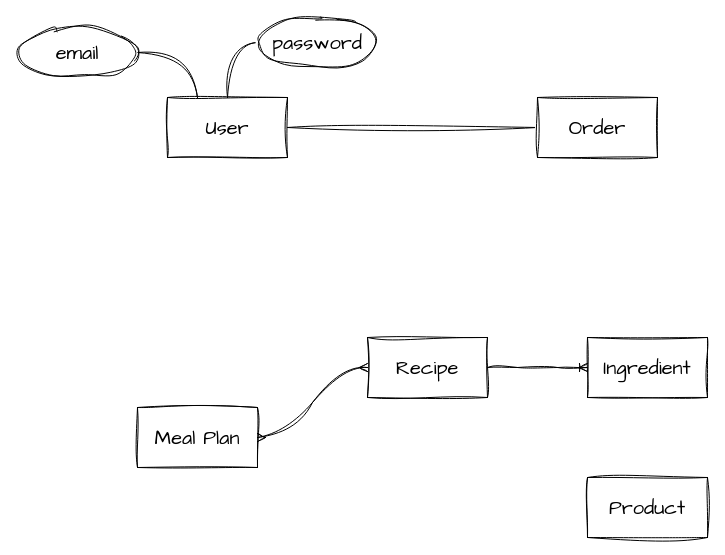
Earlier version of the draw.io diagram docs/entity-relations.drawio (abenteuerzeit/reviva-la-carte). Source tidied: cells renumbered, new cells numbered last; positions are measured from the earlier drawing's top-left corner, leaving out a move shared by most shapes. Both pictures are drawn from the tidied source at 100%, with x=0, y=0 at pixel (17, 17).
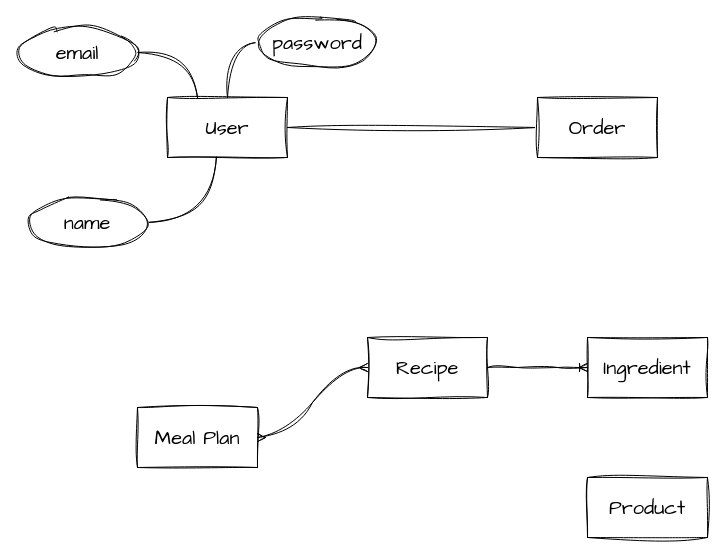
The same diagram, later.

The edit, as a diff of the source:
```diff
@@
 <mxGraphModel>
   <root>
     <mxCell id="0" />
     <mxCell id="1" parent="0" />
     <mxCell id="2" style="edgeStyle=orthogonalEdgeStyle;hachureGap=4;jettySize=auto;html=1;exitX=0.25;exitY=0;exitDx=0;exitDy=0;entryX=1;entryY=0.5;entryDx=0;entryDy=0;fontFamily=Architects Daughter;fontSize=16;endArrow=none;endFill=0;sketch=1;curveFitting=1;jiggle=2;shadow=0;curved=1;" parent="1" edge="1" source="5" target="11">
       <mxGeometry relative="1" as="geometry" />
     </mxCell>
     <mxCell id="3" style="edgeStyle=orthogonalEdgeStyle;curved=1;sketch=1;hachureGap=4;jiggle=2;curveFitting=1;jettySize=auto;html=1;exitX=0.5;exitY=0;exitDx=0;exitDy=0;entryX=0;entryY=0.5;entryDx=0;entryDy=0;shadow=0;fontFamily=Architects Daughter;fontSize=16;endArrow=none;endFill=0;" parent="1" edge="1" source="5" target="12">
       <mxGeometry relative="1" as="geometry" />
     </mxCell>
     <mxCell id="4" style="edgeStyle=orthogonalEdgeStyle;rounded=0;sketch=1;hachureGap=4;jiggle=2;curveFitting=1;jettySize=auto;html=1;exitX=1;exitY=0.5;exitDx=0;exitDy=0;entryX=0;entryY=0.5;entryDx=0;entryDy=0;shadow=0;fontFamily=Architects Daughter;fontSize=16;endArrow=none;endFill=0;" parent="1" edge="1" source="5" target="10">
       <mxGeometry relative="1" as="geometry" />
     </mxCell>
     <mxCell id="5" value="User" style="rounded=0;whiteSpace=wrap;html=1;sketch=1;hachureGap=4;jiggle=2;curveFitting=1;fontFamily=Architects Daughter;fontSize=20;" parent="1" vertex="1">
       <mxGeometry x="150" y="80" width="120" height="60" as="geometry" />
     </mxCell>
     <mxCell id="6" value="Recipe" style="rounded=0;whiteSpace=wrap;html=1;sketch=1;hachureGap=4;jiggle=2;curveFitting=1;fontFamily=Architects Daughter;fontSize=20;" parent="1" vertex="1">
       <mxGeometry x="350" y="320" width="120" height="60" as="geometry" />
     </mxCell>
     <mxCell id="7" value="Meal Plan" style="rounded=0;whiteSpace=wrap;html=1;sketch=1;hachureGap=4;jiggle=2;curveFitting=1;fontFamily=Architects Daughter;fontSize=20;" parent="1" vertex="1">
       <mxGeometry x="120" y="390" width="120" height="60" as="geometry" />
     </mxCell>
     <mxCell id="8" value="Ingredient" style="rounded=0;whiteSpace=wrap;html=1;sketch=1;hachureGap=4;jiggle=2;curveFitting=1;fontFamily=Architects Daughter;fontSize=20;" parent="1" vertex="1">
       <mxGeometry x="570" y="320" width="120" height="60" as="geometry" />
     </mxCell>
     <mxCell id="9" value="Product" style="rounded=0;whiteSpace=wrap;html=1;sketch=1;hachureGap=4;jiggle=2;curveFitting=1;fontFamily=Architects Daughter;fontSize=20;" parent="1" vertex="1">
       <mxGeometry x="570" y="460" width="120" height="60" as="geometry" />
     </mxCell>
     <mxCell id="10" value="Order" style="rounded=0;whiteSpace=wrap;html=1;sketch=1;hachureGap=4;jiggle=2;curveFitting=1;fontFamily=Architects Daughter;fontSize=20;" parent="1" vertex="1">
       <mxGeometry x="520" y="80" width="120" height="60" as="geometry" />
     </mxCell>
     <mxCell id="11" value="email" style="ellipse;whiteSpace=wrap;html=1;sketch=1;hachureGap=4;jiggle=2;curveFitting=1;fontFamily=Architects Daughter;fontSize=20;" parent="1" vertex="1">
       <mxGeometry y="10" width="120" height="50" as="geometry" />
     </mxCell>
     <mxCell id="12" value="password" style="ellipse;whiteSpace=wrap;html=1;sketch=1;hachureGap=4;jiggle=2;curveFitting=1;fontFamily=Architects Daughter;fontSize=20;" parent="1" vertex="1">
       <mxGeometry x="240" width="120" height="50" as="geometry" />
     </mxCell>
     <mxCell id="13" style="edgeStyle=entityRelationEdgeStyle;fontSize=12;html=1;endArrow=ERmany;startArrow=ERmany;shadow=0;hachureGap=4;fontFamily=Architects Daughter;curved=1;exitX=1;exitY=0.5;exitDx=0;exitDy=0;entryX=0;entryY=0.5;entryDx=0;entryDy=0;sketch=1;curveFitting=1;jiggle=2;" parent="1" edge="1" source="7" target="6">
       <mxGeometry relative="1" as="geometry" />
     </mxCell>
     <mxCell id="14" style="edgeStyle=entityRelationEdgeStyle;fontSize=12;html=1;endArrow=ERoneToMany;rounded=0;shadow=0;sketch=1;hachureGap=4;jiggle=2;curveFitting=1;fontFamily=Architects Daughter;exitX=1;exitY=0.5;exitDx=0;exitDy=0;entryX=0;entryY=0.5;entryDx=0;entryDy=0;" parent="1" edge="1" source="6" target="8">
       <mxGeometry relative="1" as="geometry" />
     </mxCell>
+    <mxCell id="15" style="edgeStyle=orthogonalEdgeStyle;sketch=1;hachureGap=4;jiggle=2;curveFitting=1;jettySize=auto;html=1;exitX=1;exitY=0.5;exitDx=0;exitDy=0;entryX=0.408;entryY=0.993;entryDx=0;entryDy=0;shadow=0;fontFamily=Architects Daughter;fontSize=16;endArrow=none;endFill=0;curved=1;entryPerimeter=0;" parent="1" edge="1" source="16" target="5">
+      <mxGeometry relative="1" as="geometry" />
+    </mxCell>
+    <mxCell id="16" value="name" style="ellipse;whiteSpace=wrap;html=1;sketch=1;hachureGap=4;jiggle=2;curveFitting=1;fontFamily=Architects Daughter;fontSize=20;" parent="1" vertex="1">
+      <mxGeometry x="10" y="180" width="120" height="50" as="geometry" />
+    </mxCell>
   </root>
 </mxGraphModel>
```
